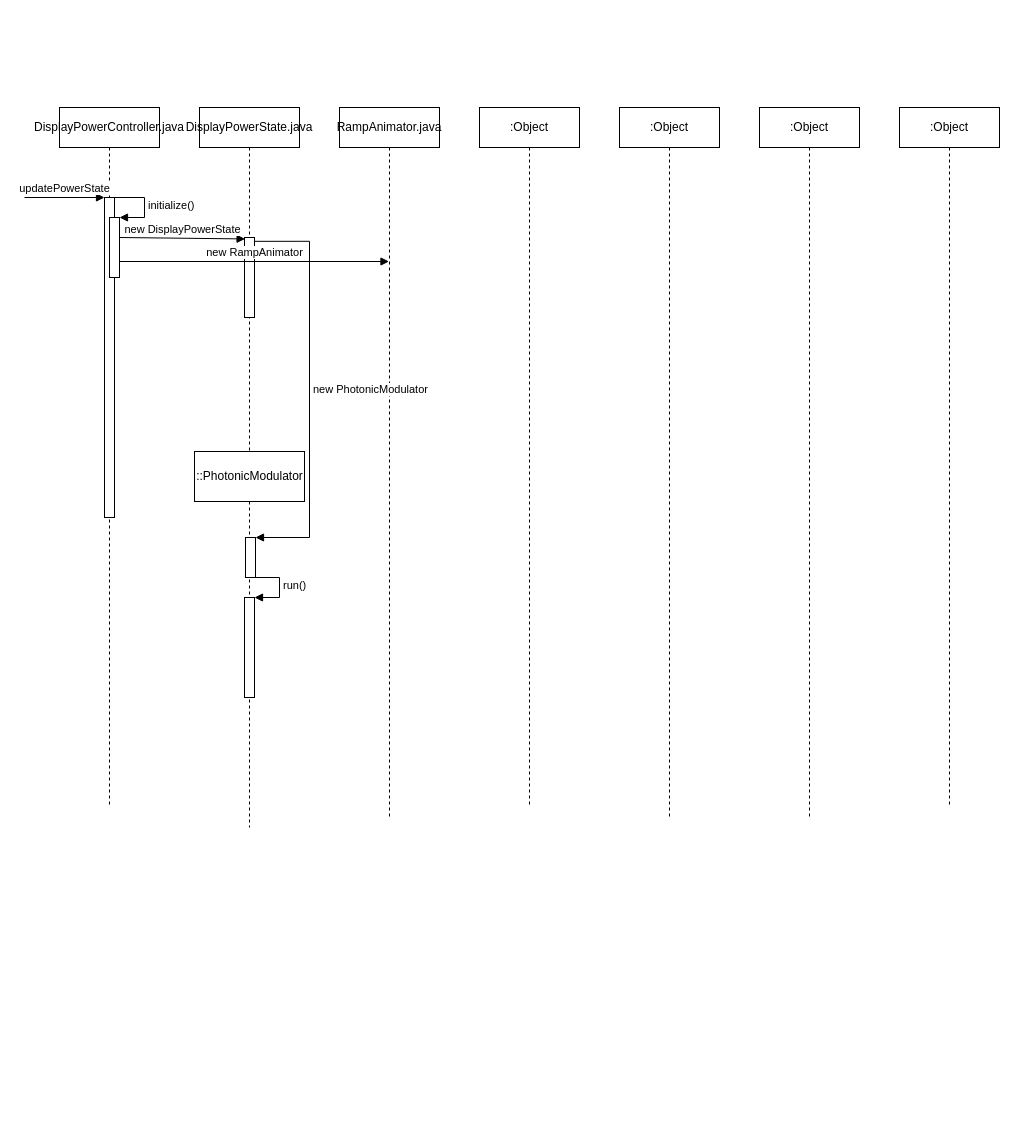
Before: page "Page-7" (7 of 7) of Untitled Diagram.drawio in tiven-zhu/myTools, a draw.io diagram. Source tidied: cells renumbered, new cells numbered last; positions are measured from the earlier drawing's top-left corner, leaving out a move shared by most shapes. Both pictures are drawn from the tidied source at 100%, with x=0, y=0 at pixel (24, 107).
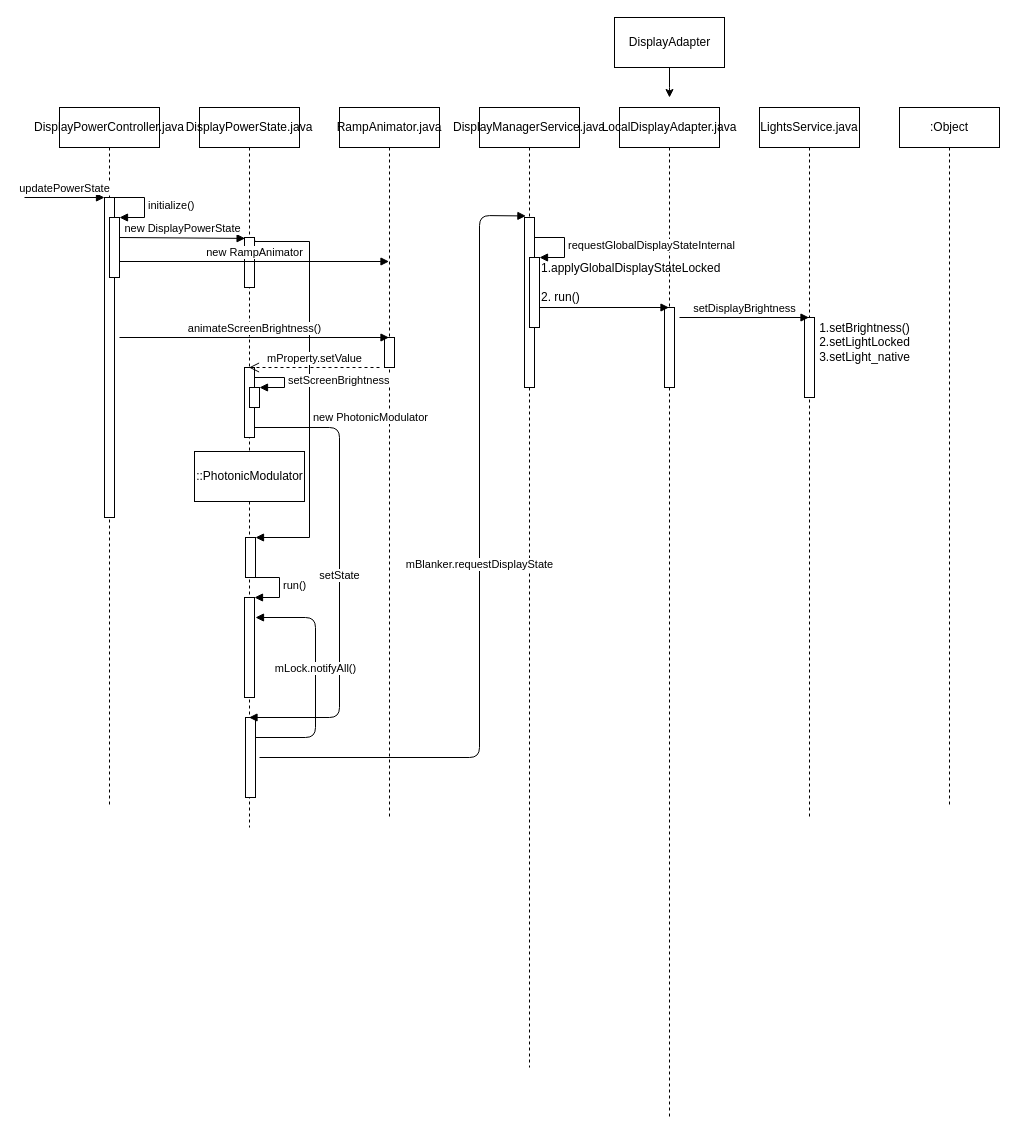
After the change.

Unchanged cells that the change refers to:
```xml
<mxCell id="6" value="RampAnimator.java" style="shape=umlLifeline;perimeter=lifelinePerimeter;whiteSpace=wrap;html=1;outlineConnect=0;" parent="1" vertex="1">
  <mxGeometry x="315" width="100" height="710" as="geometry" />
</mxCell>
<mxCell id="7" value="DisplayPowerState.java" style="shape=umlLifeline;perimeter=lifelinePerimeter;whiteSpace=wrap;html=1;outlineConnect=0;" parent="1" vertex="1">
  <mxGeometry x="175" width="100" height="720" as="geometry" />
</mxCell>
<mxCell id="11" style="html=1;points=[];perimeter=orthogonalPerimeter;" parent="7" vertex="1">
  <mxGeometry x="46" y="430" width="10" height="40" as="geometry" />
</mxCell>
<mxCell id="13" value="DisplayPowerController.java" style="shape=umlLifeline;perimeter=lifelinePerimeter;whiteSpace=wrap;html=1;" parent="1" vertex="1">
  <mxGeometry x="35" width="100" height="700" as="geometry" />
</mxCell>
```

Diff of the diagram source:
```diff
@@
-    <mxCell id="3" value=":Object" style="shape=umlLifeline;perimeter=lifelinePerimeter;whiteSpace=wrap;html=1;outlineConnect=0;" parent="1" vertex="1">
+    <mxCell id="3" value="LightsService.java" style="shape=umlLifeline;perimeter=lifelinePerimeter;whiteSpace=wrap;html=1;outlineConnect=0;" parent="1" vertex="1">
       <mxGeometry x="735" width="100" height="710" as="geometry" />
     </mxCell>
+    <mxCell id="21" style="html=1;perimeter=orthogonalPerimeter;align=left;" parent="3" vertex="1">
+      <mxGeometry x="45" y="210" width="10" height="80" as="geometry" />
+    </mxCell>
-    <mxCell id="4" value=":Object" style="shape=umlLifeline;perimeter=lifelinePerimeter;whiteSpace=wrap;html=1;" parent="1" vertex="1">
-      <mxGeometry x="595" width="100" height="710" as="geometry" />
+    <mxCell id="4" value="LocalDisplayAdapter.java" style="shape=umlLifeline;perimeter=lifelinePerimeter;whiteSpace=wrap;html=1;" parent="1" vertex="1">
+      <mxGeometry x="595" width="100" height="1010" as="geometry" />
     </mxCell>
+    <mxCell id="22" style="html=1;perimeter=orthogonalPerimeter;align=left;" parent="4" vertex="1">
+      <mxGeometry x="45" y="200" width="10" height="80" as="geometry" />
+    </mxCell>
+    <mxCell id="23" value="setDisplayBrightness" style="html=1;verticalAlign=bottom;endArrow=block;" parent="4" edge="1" target="3">
+      <mxGeometry relative="1" as="geometry">
+        <mxPoint x="60" y="210" as="sourcePoint" />
+      </mxGeometry>
+    </mxCell>
-    <mxCell id="5" value=":Object" style="shape=umlLifeline;perimeter=lifelinePerimeter;whiteSpace=wrap;html=1;" parent="1" vertex="1">
-      <mxGeometry x="455" width="100" height="700" as="geometry" />
+    <mxCell id="5" value="DisplayManagerService.java" style="shape=umlLifeline;perimeter=lifelinePerimeter;whiteSpace=wrap;html=1;" parent="1" vertex="1">
+      <mxGeometry x="455" width="100" height="960" as="geometry" />
     </mxCell>
+    <mxCell id="24" style="html=1;points=[];perimeter=orthogonalPerimeter;" parent="5" vertex="1">
+      <mxGeometry x="45" y="110" width="10" height="170" as="geometry" />
+    </mxCell>
+    <mxCell id="25" style="html=1;points=[];perimeter=orthogonalPerimeter;" parent="5" vertex="1">
+      <mxGeometry x="50" y="150" width="10" height="70" as="geometry" />
+    </mxCell>
+    <mxCell id="26" value="requestGlobalDisplayStateInternal" style="edgeStyle=orthogonalEdgeStyle;html=1;align=left;spacingLeft=2;endArrow=block;rounded=0;entryX=1;entryY=0;" parent="5" edge="1" target="25">
+      <mxGeometry relative="1" as="geometry">
+        <mxPoint x="55" y="130" as="sourcePoint" />
+        <Array as="points">
+          <mxPoint x="85" y="130" />
+        </Array>
+      </mxGeometry>
+    </mxCell>
+    <mxCell id="27" style="html=1;verticalAlign=bottom;endArrow=block;" parent="5" edge="1">
+      <mxGeometry relative="1" as="geometry">
+        <mxPoint x="60" y="200" as="sourcePoint" />
+        <mxPoint x="189.5" y="200" as="targetPoint" />
+      </mxGeometry>
+    </mxCell>
@@
+    <mxCell id="28" style="html=1;perimeter=orthogonalPerimeter;" parent="6" vertex="1">
+      <mxGeometry x="45" y="230" width="10" height="30" as="geometry" />
+    </mxCell>
@@
     <mxCell id="10" style="html=1;points=[];perimeter=orthogonalPerimeter;" parent="7" vertex="1">
-      <mxGeometry x="45" y="130" width="10" height="80" as="geometry" />
+      <mxGeometry x="45" y="130" width="10" height="50" as="geometry" />
     </mxCell>
@@
     <mxCell id="12" value="new PhotonicModulator" style="edgeStyle=orthogonalEdgeStyle;html=1;align=left;spacingLeft=2;endArrow=block;rounded=0;entryX=1;entryY=0;exitX=1.02;exitY=0.048;exitDx=0;exitDy=0;exitPerimeter=0;" parent="7" edge="1" source="10" target="11">
-      <mxGeometry relative="1" as="geometry">
+      <mxGeometry x="0.14" relative="1" as="geometry">
         <Array as="points">
           <mxPoint x="110" y="134" />
           <mxPoint x="110" y="430" />
         </Array>
       </mxGeometry>
     </mxCell>
+    <mxCell id="29" style="html=1;perimeter=orthogonalPerimeter;" parent="7" vertex="1">
+      <mxGeometry x="45" y="260" width="10" height="70" as="geometry" />
+    </mxCell>
+    <mxCell id="30" style="html=1;points=[];perimeter=orthogonalPerimeter;" parent="7" vertex="1">
+      <mxGeometry x="50" y="280" width="10" height="20" as="geometry" />
+    </mxCell>
+    <mxCell id="31" value="setScreenBrightness" style="edgeStyle=orthogonalEdgeStyle;html=1;align=left;spacingLeft=2;endArrow=block;rounded=0;entryX=1;entryY=0;" parent="7" edge="1" target="30">
+      <mxGeometry relative="1" as="geometry">
+        <mxPoint x="55" y="270" as="sourcePoint" />
+        <Array as="points">
+          <mxPoint x="55" y="270" />
+          <mxPoint x="85" y="270" />
+          <mxPoint x="85" y="280" />
+        </Array>
+      </mxGeometry>
+    </mxCell>
+    <mxCell id="32" style="html=1;perimeter=orthogonalPerimeter;" parent="7" vertex="1">
+      <mxGeometry x="46" y="610" width="10" height="80" as="geometry" />
+    </mxCell>
+    <mxCell id="33" value="mBlanker.requestDisplayState" style="html=1;verticalAlign=bottom;endArrow=block;entryX=0.14;entryY=-0.009;entryDx=0;entryDy=0;entryPerimeter=0;" parent="7" edge="1" target="24">
+      <mxGeometry relative="1" as="geometry">
+        <mxPoint x="60" y="650" as="sourcePoint" />
+        <Array as="points">
+          <mxPoint x="280" y="650" />
+          <mxPoint x="280" y="108" />
+        </Array>
+      </mxGeometry>
+    </mxCell>
@@
+    <mxCell id="34" value="animateScreenBrightness()" style="html=1;verticalAlign=bottom;endArrow=block;" parent="13" edge="1" target="6">
+      <mxGeometry relative="1" as="geometry">
+        <mxPoint x="60" y="230" as="sourcePoint" />
+      </mxGeometry>
+    </mxCell>
@@
+    <mxCell id="35" value="mProperty.setValue" style="html=1;verticalAlign=bottom;endArrow=open;dashed=1;endSize=8;" parent="1" edge="1" target="7">
+      <mxGeometry relative="1" as="geometry">
+        <mxPoint x="355" y="260" as="sourcePoint" />
+      </mxGeometry>
+    </mxCell>
+    <mxCell id="36" value="setState" style="html=1;verticalAlign=bottom;endArrow=block;" parent="1" edge="1" target="7">
+      <mxGeometry x="0.04" relative="1" as="geometry">
+        <mxPoint x="230" y="320" as="sourcePoint" />
+        <Array as="points">
+          <mxPoint x="315" y="320" />
+          <mxPoint x="315" y="610" />
+        </Array>
+      </mxGeometry>
+    </mxCell>
+    <mxCell id="37" value="mLock.notifyAll()" style="html=1;verticalAlign=bottom;endArrow=block;" parent="1" edge="1">
+      <mxGeometry relative="1" as="geometry">
+        <mxPoint x="231" y="630" as="sourcePoint" />
+        <mxPoint x="231" y="510" as="targetPoint" />
+        <Array as="points">
+          <mxPoint x="291" y="630" />
+          <mxPoint x="291" y="510" />
+        </Array>
+      </mxGeometry>
+    </mxCell>
+    <mxCell id="38" style="edgeStyle=orthogonalEdgeStyle;rounded=0;jettySize=auto;html=1;" parent="1" edge="1" source="39">
+      <mxGeometry relative="1" as="geometry">
+        <mxPoint x="645" y="-10" as="targetPoint" />
+      </mxGeometry>
+    </mxCell>
+    <mxCell id="39" value="DisplayAdapter" style="html=1;" parent="1" vertex="1">
+      <mxGeometry x="590" y="-90" width="110" height="50" as="geometry" />
+    </mxCell>
+    <mxCell id="40" value="1.applyGlobalDisplayStateLocked&lt;br&gt;&lt;br&gt;2. run()" style="text;html=1;align=left;verticalAlign=middle;" parent="1" vertex="1">
+      <mxGeometry x="515" y="150" width="190" height="50" as="geometry" />
+    </mxCell>
+    <mxCell id="41" value="1.setBrightness()&lt;br&gt;2.setLightLocked&lt;br&gt;3.setLight_native" style="text;html=1;align=center;verticalAlign=middle;" parent="1" vertex="1">
+      <mxGeometry x="785" y="210" width="110" height="50" as="geometry" />
+    </mxCell>
```
